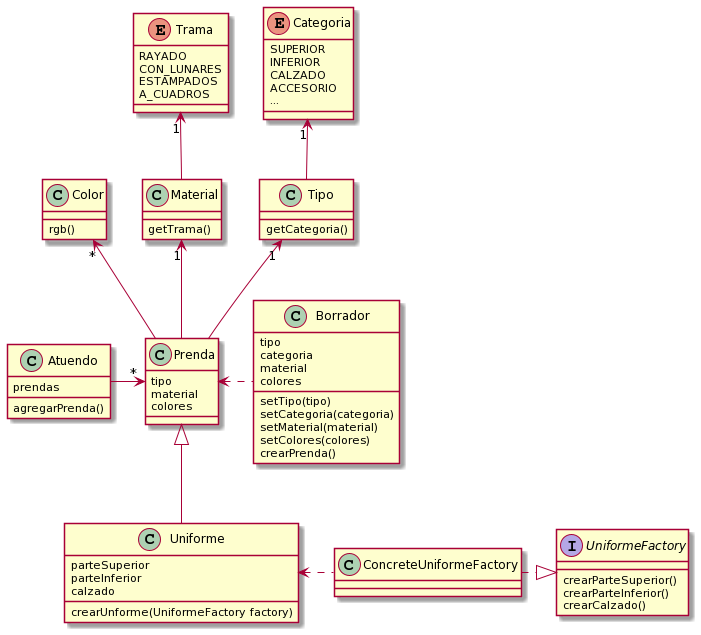
Earlier version of the PlantUML export QMP2/diagrama.png (igonzalezmartin/QMP1).
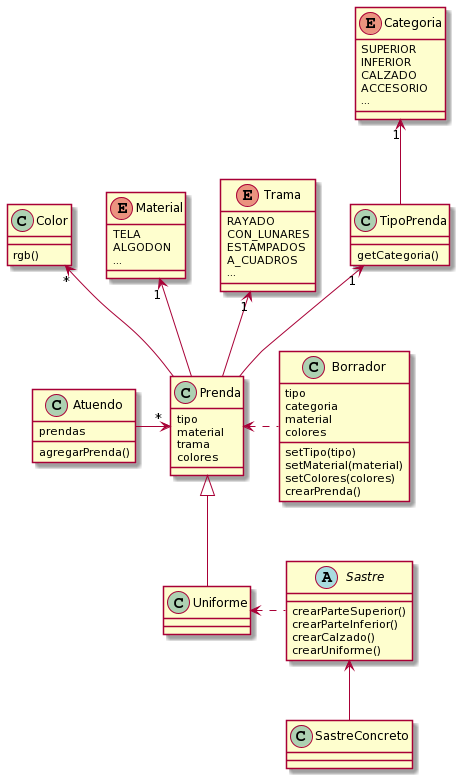
After the commit.

What changed in the source:
```diff
@@ -1,8 +1,4 @@
 @startuml
-class Tipo{
-  getCategoria()
-}
-
 enum Categoria{
   SUPERIOR
   INFERIOR
@@ -11,24 +7,41 @@
   ...
 }
 
-class Material {
-  getTrama()
+enum Material {
+    TELA
+    ALGODON
+    ...
 }
+
+enum Trama{
+    RAYADO
+    CON_LUNARES
+    ESTAMPADOS
+    A_CUADROS
+    ...
+}
+
+class TipoPrenda{
+  getCategoria()
+}
+
+
+class Color {
+  rgb()
+}
+
+
 
 class Prenda {
   tipo
   material
+  trama
   colores
-
 }
 
 class Atuendo {
   prendas
   agregarPrenda()
-}
-
-class Color {
-  rgb()
 }
 
 class Borrador{
@@ -37,42 +50,39 @@
     material
     colores
     setTipo(tipo)
-    setCategoria(categoria)
     setMaterial(material)
     setColores(colores)
     crearPrenda()
 }
 
-enum Trama{
-    RAYADO
-    CON_LUNARES
-    ESTAMPADOS
-    A_CUADROS
+
+
+class Uniforme{
+
+}
+
+abstract class Sastre{
+    crearParteSuperior()
+    crearParteInferior()
+    crearCalzado()
+    crearUniforme()
+}
+
+class SastreConcreto{
+
 }
 
 
-class Uniforme {
-    parteSuperior
-    parteInferior
-    calzado
-    crearUnforme(UniformeFactory factory)
-}
-
-interface UniformeFactory {
-    crearParteSuperior()
-    crearParteInferior()
-    crearCalzado()
-}
-
 Atuendo -> "*" Prenda
 Borrador .left.> Prenda
-Prenda -up-> "1" Tipo
-Tipo -up-> "1" Categoria
-Material -up-> "1" Trama
+
+Prenda -up-> "1" TipoPrenda
+Prenda -up-> "1" Trama
 Prenda -up-> "1" Material
 Prenda -up-> "*" Color
+TipoPrenda -up-> "1" Categoria
 
 Uniforme -up-|> Prenda
-ConcreteUniformeFactory .left.> Uniforme
-ConcreteUniformeFactory .right.|> UniformeFactory
+Sastre .left.> Uniforme
+SastreConcreto -up-> Sastre
 @enduml
```
